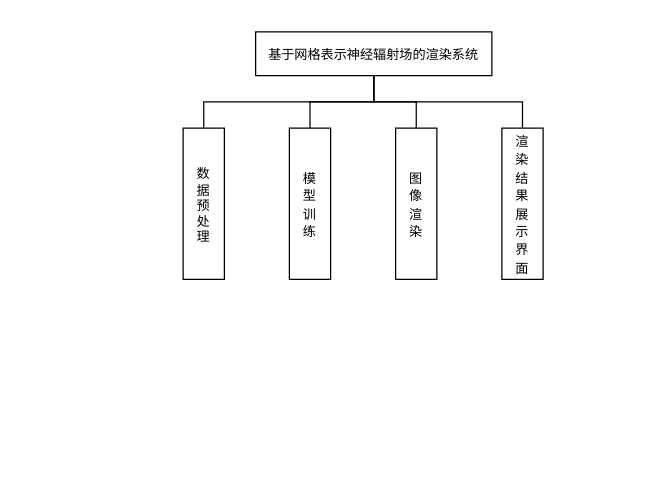
Before: page "第 1 页" (1 of 2) of drawIO/毕设.drawio in Flycan-Fanc/resources, a draw.io diagram. Source tidied: cells renumbered, new cells numbered last; positions are measured from the earlier drawing's top-left corner, leaving out a move shared by most shapes. Both pictures are drawn from the tidied source at 125%, with x=0, y=0 at pixel (182, 31).
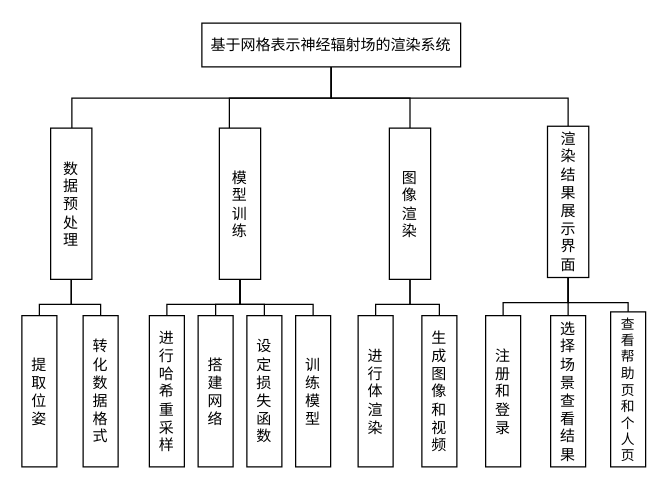
The same diagram, later.

What changed in the source:
```diff
@@
-    <mxCell id="2" style="edgeStyle=orthogonalEdgeStyle;rounded=0;jettySize=auto;html=1;exitX=0.5;exitY=1;exitDx=0;exitDy=0;endArrow=none;endFill=0;" parent="1" edge="1" source="6" target="7">
-      <mxGeometry relative="1" as="geometry" />
-    </mxCell>
-    <mxCell id="3" style="edgeStyle=orthogonalEdgeStyle;rounded=0;jettySize=auto;html=1;exitX=0.5;exitY=1;exitDx=0;exitDy=0;entryX=0.5;entryY=0;entryDx=0;entryDy=0;endArrow=none;endFill=0;" parent="1" edge="1" source="6" target="9">
-      <mxGeometry relative="1" as="geometry" />
-    </mxCell>
     <mxCell id="4" style="edgeStyle=orthogonalEdgeStyle;rounded=0;jettySize=auto;html=1;exitX=0.5;exitY=1;exitDx=0;exitDy=0;endArrow=none;endFill=0;" parent="1" edge="1" source="6" target="8">
-      <mxGeometry relative="1" as="geometry" />
+      <mxGeometry relative="1" as="geometry">
+        <Array as="points">
+          <mxPoint x="119" y="53" />
+          <mxPoint x="37" y="53" />
+        </Array>
+      </mxGeometry>
     </mxCell>
-    <mxCell id="5" style="edgeStyle=orthogonalEdgeStyle;rounded=0;jettySize=auto;html=1;exitX=0.5;exitY=1;exitDx=0;exitDy=0;endArrow=none;endFill=0;" parent="1" edge="1" source="6" target="10">
-      <mxGeometry relative="1" as="geometry" />
+    <mxCell id="5" style="edgeStyle=orthogonalEdgeStyle;rounded=0;jettySize=auto;html=1;exitX=0.5;exitY=1;exitDx=0;exitDy=0;entryX=0.5;entryY=0;entryDx=0;entryDy=0;endArrow=none;endFill=0;" parent="1" edge="1" source="6" target="10">
+      <mxGeometry relative="1" as="geometry">
+        <Array as="points">
+          <mxPoint x="119" y="53" />
+          <mxPoint x="182" y="53" />
+          <mxPoint x="182" y="77" />
+        </Array>
+      </mxGeometry>
     </mxCell>
+    <mxCell id="3" style="edgeStyle=orthogonalEdgeStyle;rounded=0;jettySize=auto;html=1;exitX=0.5;exitY=1;exitDx=0;exitDy=0;endArrow=none;endFill=0;" parent="1" edge="1" source="6" target="9">
+      <mxGeometry relative="1" as="geometry">
+        <Array as="points">
+          <mxPoint x="118" y="53" />
+          <mxPoint x="308" y="53" />
+        </Array>
+      </mxGeometry>
+    </mxCell>
+    <mxCell id="2" style="edgeStyle=orthogonalEdgeStyle;rounded=0;jettySize=auto;html=1;exitX=0.5;exitY=1;exitDx=0;exitDy=0;endArrow=none;endFill=0;" parent="1" edge="1" source="6" target="7">
+      <mxGeometry relative="1" as="geometry">
+        <Array as="points">
+          <mxPoint x="119" y="53" />
+          <mxPoint x="-89" y="53" />
+        </Array>
+      </mxGeometry>
+    </mxCell>
-    <mxCell id="6" value="&lt;p&gt;&lt;font style=&quot;font-size: 10.5px;&quot; face=&quot;宋体&quot;&gt;基于网格表示神经辐射场的渲染系统&lt;/font&gt;&lt;/p&gt;" style="rounded=0;whiteSpace=wrap;html=1;" parent="1" vertex="1">
-      <mxGeometry x="58" width="189" height="35" as="geometry" />
+    <mxCell id="6" value="&lt;p&gt;&lt;font style=&quot;font-size: 12px;&quot; face=&quot;宋体&quot;&gt;基于网格表示神经辐射场的渲染系统&lt;/font&gt;&lt;/p&gt;" style="rounded=0;whiteSpace=wrap;html=1;" parent="1" vertex="1">
+      <mxGeometry x="15" y="-7" width="207" height="35" as="geometry" />
     </mxCell>
+    <mxCell id="11" style="edgeStyle=orthogonalEdgeStyle;rounded=0;jettySize=auto;html=1;exitX=0.5;exitY=1;exitDx=0;exitDy=0;endArrow=none;endFill=0;" parent="1" edge="1" source="7" target="22">
+      <mxGeometry relative="1" as="geometry" />
+    </mxCell>
+    <mxCell id="12" style="edgeStyle=orthogonalEdgeStyle;rounded=0;jettySize=auto;html=1;exitX=0.5;exitY=1;exitDx=0;exitDy=0;endArrow=none;endFill=0;" parent="1" edge="1" source="7" target="23">
+      <mxGeometry relative="1" as="geometry" />
+    </mxCell>
-    <mxCell id="7" value="&lt;font style=&quot;font-size: 10.5px;&quot; face=&quot;宋体&quot;&gt;数&lt;/font&gt;&lt;div style=&quot;font-size: 10.5px;&quot;&gt;&lt;font style=&quot;font-size: 10.5px;&quot; face=&quot;宋体&quot;&gt;据&lt;/font&gt;&lt;/div&gt;&lt;div style=&quot;font-size: 10.5px;&quot;&gt;&lt;font style=&quot;font-size: 10.5px;&quot; face=&quot;宋体&quot;&gt;预&lt;/font&gt;&lt;/div&gt;&lt;div style=&quot;font-size: 10.5px;&quot;&gt;&lt;font style=&quot;font-size: 10.5px;&quot; face=&quot;宋体&quot;&gt;处&lt;/font&gt;&lt;/div&gt;&lt;div style=&quot;font-size: 10.5px;&quot;&gt;&lt;font style=&quot;font-size: 10.5px;&quot; face=&quot;宋体&quot;&gt;理&lt;/font&gt;&lt;/div&gt;" style="rounded=0;whiteSpace=wrap;html=1;" parent="1" vertex="1">
-      <mxGeometry y="77" width="33" height="121" as="geometry" />
+    <mxCell id="7" value="&lt;font face=&quot;宋体&quot; style=&quot;font-size: 12px;&quot;&gt;数&lt;/font&gt;&lt;div style=&quot;&quot;&gt;&lt;font face=&quot;宋体&quot; style=&quot;font-size: 12px;&quot;&gt;据&lt;/font&gt;&lt;/div&gt;&lt;div style=&quot;&quot;&gt;&lt;font face=&quot;宋体&quot; style=&quot;font-size: 12px;&quot;&gt;预&lt;/font&gt;&lt;/div&gt;&lt;div style=&quot;&quot;&gt;&lt;font face=&quot;宋体&quot; style=&quot;font-size: 12px;&quot;&gt;处&lt;/font&gt;&lt;/div&gt;&lt;div style=&quot;&quot;&gt;&lt;font face=&quot;宋体&quot; style=&quot;font-size: 12px;&quot;&gt;理&lt;/font&gt;&lt;/div&gt;" style="rounded=0;whiteSpace=wrap;html=1;" parent="1" vertex="1">
+      <mxGeometry x="-106" y="77" width="33" height="121" as="geometry" />
     </mxCell>
+    <mxCell id="13" style="edgeStyle=orthogonalEdgeStyle;rounded=0;jettySize=auto;html=1;exitX=0.5;exitY=1;exitDx=0;exitDy=0;endArrow=none;endFill=0;" parent="1" edge="1" source="8" target="25">
+      <mxGeometry relative="1" as="geometry" />
+    </mxCell>
+    <mxCell id="14" style="edgeStyle=orthogonalEdgeStyle;rounded=0;jettySize=auto;html=1;exitX=0.5;exitY=1;exitDx=0;exitDy=0;endArrow=none;endFill=0;" parent="1" edge="1" source="8" target="26">
+      <mxGeometry relative="1" as="geometry" />
+    </mxCell>
+    <mxCell id="15" style="edgeStyle=orthogonalEdgeStyle;rounded=0;jettySize=auto;html=1;exitX=0.5;exitY=1;exitDx=0;exitDy=0;endArrow=none;endFill=0;" parent="1" edge="1" source="8" target="24">
+      <mxGeometry relative="1" as="geometry">
+        <Array as="points">
+          <mxPoint x="46" y="218" />
+          <mxPoint x="-13" y="218" />
+        </Array>
+      </mxGeometry>
+    </mxCell>
+    <mxCell id="16" style="edgeStyle=orthogonalEdgeStyle;rounded=0;jettySize=auto;html=1;exitX=0.5;exitY=1;exitDx=0;exitDy=0;endArrow=none;endFill=0;" parent="1" edge="1" source="8" target="27">
+      <mxGeometry relative="1" as="geometry">
+        <Array as="points">
+          <mxPoint x="46" y="218" />
+          <mxPoint x="104" y="218" />
+        </Array>
+      </mxGeometry>
+    </mxCell>
-    <mxCell id="8" value="&lt;font face=&quot;宋体&quot;&gt;&lt;span style=&quot;font-size: 10.5px;&quot;&gt;模&lt;/span&gt;&lt;/font&gt;&lt;div&gt;&lt;font face=&quot;宋体&quot;&gt;&lt;span style=&quot;font-size: 10.5px;&quot;&gt;型&lt;/span&gt;&lt;/font&gt;&lt;/div&gt;&lt;div&gt;&lt;font face=&quot;宋体&quot;&gt;&lt;span style=&quot;font-size: 10.5px;&quot;&gt;训&lt;/span&gt;&lt;/font&gt;&lt;/div&gt;&lt;div&gt;&lt;font face=&quot;宋体&quot;&gt;&lt;span style=&quot;font-size: 10.5px;&quot;&gt;练&lt;/span&gt;&lt;/font&gt;&lt;/div&gt;" style="rounded=0;whiteSpace=wrap;html=1;" parent="1" vertex="1">
-      <mxGeometry x="85" y="77" width="33" height="121" as="geometry" />
+    <mxCell id="8" value="&lt;font style=&quot;font-size: 12px;&quot; face=&quot;宋体&quot;&gt;模&lt;/font&gt;&lt;div style=&quot;&quot;&gt;&lt;font style=&quot;font-size: 12px;&quot; face=&quot;宋体&quot;&gt;型&lt;/font&gt;&lt;/div&gt;&lt;div style=&quot;&quot;&gt;&lt;font style=&quot;font-size: 12px;&quot; face=&quot;宋体&quot;&gt;训&lt;/font&gt;&lt;/div&gt;&lt;div style=&quot;&quot;&gt;&lt;font style=&quot;font-size: 12px;&quot; face=&quot;宋体&quot;&gt;练&lt;/font&gt;&lt;/div&gt;" style="rounded=0;whiteSpace=wrap;html=1;" parent="1" vertex="1">
+      <mxGeometry x="29" y="77" width="33" height="121" as="geometry" />
     </mxCell>
+    <mxCell id="17" style="edgeStyle=orthogonalEdgeStyle;rounded=0;jettySize=auto;html=1;exitX=0.5;exitY=1;exitDx=0;exitDy=0;endArrow=none;endFill=0;" parent="1" edge="1" source="9" target="31">
+      <mxGeometry relative="1" as="geometry" />
+    </mxCell>
+    <mxCell id="18" style="edgeStyle=orthogonalEdgeStyle;rounded=0;jettySize=auto;html=1;exitX=0.5;exitY=1;exitDx=0;exitDy=0;endArrow=none;endFill=0;" parent="1" edge="1" source="9" target="32">
+      <mxGeometry relative="1" as="geometry">
+        <Array as="points">
+          <mxPoint x="308" y="216.5" />
+          <mxPoint x="356" y="216.5" />
+        </Array>
+      </mxGeometry>
+    </mxCell>
+    <mxCell id="19" style="edgeStyle=orthogonalEdgeStyle;rounded=0;jettySize=auto;html=1;exitX=0.5;exitY=1;exitDx=0;exitDy=0;entryX=0.5;entryY=0;entryDx=0;entryDy=0;endArrow=none;endFill=0;" parent="1" edge="1" source="9" target="30">
+      <mxGeometry relative="1" as="geometry">
+        <Array as="points">
+          <mxPoint x="308" y="216.5" />
+          <mxPoint x="256" y="216.5" />
+        </Array>
+      </mxGeometry>
+    </mxCell>
-    <mxCell id="9" value="&lt;font face=&quot;宋体&quot;&gt;&lt;span style=&quot;font-size: 10.5px;&quot;&gt;渲&lt;/span&gt;&lt;/font&gt;&lt;div&gt;&lt;font face=&quot;宋体&quot;&gt;&lt;span style=&quot;font-size: 10.5px;&quot;&gt;染&lt;/span&gt;&lt;/font&gt;&lt;/div&gt;&lt;div&gt;&lt;font face=&quot;宋体&quot;&gt;&lt;span style=&quot;font-size: 10.5px;&quot;&gt;结&lt;/span&gt;&lt;/font&gt;&lt;/div&gt;&lt;div&gt;&lt;font face=&quot;宋体&quot;&gt;&lt;span style=&quot;font-size: 10.5px;&quot;&gt;果&lt;/span&gt;&lt;/font&gt;&lt;/div&gt;&lt;div&gt;&lt;font face=&quot;宋体&quot;&gt;&lt;span style=&quot;font-size: 10.5px;&quot;&gt;展&lt;/span&gt;&lt;/font&gt;&lt;/div&gt;&lt;div&gt;&lt;font face=&quot;宋体&quot;&gt;&lt;span style=&quot;font-size: 10.5px;&quot;&gt;示&lt;/span&gt;&lt;/font&gt;&lt;/div&gt;&lt;div&gt;&lt;font face=&quot;宋体&quot;&gt;&lt;span style=&quot;font-size: 10.5px;&quot;&gt;界&lt;/span&gt;&lt;/font&gt;&lt;/div&gt;&lt;div&gt;&lt;font face=&quot;宋体&quot;&gt;&lt;span style=&quot;font-size: 10.5px;&quot;&gt;面&lt;/span&gt;&lt;/font&gt;&lt;/div&gt;" style="rounded=0;whiteSpace=wrap;html=1;" parent="1" vertex="1">
-      <mxGeometry x="255" y="77" width="33" height="121" as="geometry" />
+    <mxCell id="9" value="&lt;font style=&quot;font-size: 12px;&quot; face=&quot;宋体&quot;&gt;渲&lt;/font&gt;&lt;div style=&quot;&quot;&gt;&lt;font style=&quot;font-size: 12px;&quot; face=&quot;宋体&quot;&gt;染&lt;/font&gt;&lt;/div&gt;&lt;div style=&quot;&quot;&gt;&lt;font style=&quot;font-size: 12px;&quot; face=&quot;宋体&quot;&gt;结&lt;/font&gt;&lt;/div&gt;&lt;div style=&quot;&quot;&gt;&lt;font style=&quot;font-size: 12px;&quot; face=&quot;宋体&quot;&gt;果&lt;/font&gt;&lt;/div&gt;&lt;div style=&quot;&quot;&gt;&lt;font style=&quot;font-size: 12px;&quot; face=&quot;宋体&quot;&gt;展&lt;/font&gt;&lt;/div&gt;&lt;div style=&quot;&quot;&gt;&lt;font style=&quot;font-size: 12px;&quot; face=&quot;宋体&quot;&gt;示&lt;/font&gt;&lt;/div&gt;&lt;div style=&quot;&quot;&gt;&lt;font style=&quot;font-size: 12px;&quot; face=&quot;宋体&quot;&gt;界&lt;/font&gt;&lt;/div&gt;&lt;div style=&quot;&quot;&gt;&lt;font style=&quot;font-size: 12px;&quot; face=&quot;宋体&quot;&gt;面&lt;/font&gt;&lt;/div&gt;" style="rounded=0;whiteSpace=wrap;html=1;" parent="1" vertex="1">
+      <mxGeometry x="291.5" y="75.5" width="33" height="121" as="geometry" />
     </mxCell>
+    <mxCell id="20" style="edgeStyle=orthogonalEdgeStyle;rounded=0;jettySize=auto;html=1;exitX=0.5;exitY=1;exitDx=0;exitDy=0;endArrow=none;endFill=0;" parent="1" edge="1" source="10" target="28">
+      <mxGeometry relative="1" as="geometry" />
+    </mxCell>
+    <mxCell id="21" style="edgeStyle=orthogonalEdgeStyle;rounded=0;jettySize=auto;html=1;exitX=0.5;exitY=1;exitDx=0;exitDy=0;endArrow=none;endFill=0;" parent="1" edge="1" source="10" target="29">
+      <mxGeometry relative="1" as="geometry" />
+    </mxCell>
-    <mxCell id="10" value="&lt;font face=&quot;宋体&quot;&gt;&lt;span style=&quot;font-size: 10.5px;&quot;&gt;图&lt;/span&gt;&lt;/font&gt;&lt;div&gt;&lt;font face=&quot;宋体&quot;&gt;&lt;span style=&quot;font-size: 10.5px;&quot;&gt;像&lt;/span&gt;&lt;/font&gt;&lt;/div&gt;&lt;div&gt;&lt;font face=&quot;宋体&quot;&gt;&lt;span style=&quot;font-size: 10.5px;&quot;&gt;渲&lt;/span&gt;&lt;/font&gt;&lt;/div&gt;&lt;div&gt;&lt;font face=&quot;宋体&quot;&gt;&lt;span style=&quot;font-size: 10.5px;&quot;&gt;染&lt;/span&gt;&lt;/font&gt;&lt;/div&gt;" style="rounded=0;whiteSpace=wrap;html=1;" parent="1" vertex="1">
-      <mxGeometry x="170" y="77" width="33" height="121" as="geometry" />
+    <mxCell id="10" value="&lt;font style=&quot;font-size: 12px;&quot; face=&quot;宋体&quot;&gt;图&lt;/font&gt;&lt;div style=&quot;&quot;&gt;&lt;font style=&quot;font-size: 12px;&quot; face=&quot;宋体&quot;&gt;像&lt;/font&gt;&lt;/div&gt;&lt;div style=&quot;&quot;&gt;&lt;font style=&quot;font-size: 12px;&quot; face=&quot;宋体&quot;&gt;渲&lt;/font&gt;&lt;/div&gt;&lt;div style=&quot;&quot;&gt;&lt;font style=&quot;font-size: 12px;&quot; face=&quot;宋体&quot;&gt;染&lt;/font&gt;&lt;/div&gt;" style="rounded=0;whiteSpace=wrap;html=1;" parent="1" vertex="1">
+      <mxGeometry x="165" y="77" width="33" height="121" as="geometry" />
     </mxCell>
+    <mxCell id="22" value="&lt;font style=&quot;font-size: 12px;&quot; face=&quot;宋体&quot;&gt;提&lt;/font&gt;&lt;div style=&quot;&quot;&gt;&lt;font style=&quot;font-size: 12px;&quot; face=&quot;宋体&quot;&gt;取&lt;/font&gt;&lt;/div&gt;&lt;div style=&quot;&quot;&gt;&lt;font style=&quot;font-size: 12px;&quot; face=&quot;宋体&quot;&gt;位&lt;/font&gt;&lt;/div&gt;&lt;div style=&quot;&quot;&gt;&lt;font style=&quot;font-size: 12px;&quot; face=&quot;宋体&quot;&gt;姿&lt;/font&gt;&lt;/div&gt;" style="rounded=0;whiteSpace=wrap;html=1;" parent="1" vertex="1">
+      <mxGeometry x="-129" y="227" width="28" height="121" as="geometry" />
+    </mxCell>
+    <mxCell id="23" value="&lt;font face=&quot;宋体&quot; style=&quot;font-size: 12px;&quot;&gt;转&lt;/font&gt;&lt;div style=&quot;&quot;&gt;&lt;font face=&quot;宋体&quot; style=&quot;font-size: 12px;&quot;&gt;化&lt;/font&gt;&lt;/div&gt;&lt;div style=&quot;&quot;&gt;&lt;font face=&quot;宋体&quot; style=&quot;font-size: 12px;&quot;&gt;数&lt;/font&gt;&lt;/div&gt;&lt;div style=&quot;&quot;&gt;&lt;font face=&quot;宋体&quot; style=&quot;font-size: 12px;&quot;&gt;据&lt;/font&gt;&lt;/div&gt;&lt;div style=&quot;&quot;&gt;&lt;font face=&quot;宋体&quot; style=&quot;font-size: 12px;&quot;&gt;格&lt;/font&gt;&lt;/div&gt;&lt;div style=&quot;&quot;&gt;&lt;font face=&quot;宋体&quot; style=&quot;font-size: 12px;&quot;&gt;式&lt;/font&gt;&lt;/div&gt;" style="rounded=0;whiteSpace=wrap;html=1;" parent="1" vertex="1">
+      <mxGeometry x="-80" y="227" width="28" height="121" as="geometry" />
+    </mxCell>
+    <mxCell id="24" value="&lt;font style=&quot;font-size: 12px;&quot; face=&quot;宋体&quot;&gt;进&lt;/font&gt;&lt;div style=&quot;&quot;&gt;&lt;font style=&quot;font-size: 12px;&quot; face=&quot;宋体&quot;&gt;行&lt;/font&gt;&lt;/div&gt;&lt;div style=&quot;&quot;&gt;&lt;font style=&quot;font-size: 12px;&quot; face=&quot;宋体&quot;&gt;哈&lt;/font&gt;&lt;/div&gt;&lt;div style=&quot;&quot;&gt;&lt;font style=&quot;font-size: 12px;&quot; face=&quot;宋体&quot;&gt;希&lt;/font&gt;&lt;/div&gt;&lt;div style=&quot;&quot;&gt;&lt;font style=&quot;font-size: 12px;&quot; face=&quot;宋体&quot;&gt;重&lt;/font&gt;&lt;/div&gt;&lt;div style=&quot;&quot;&gt;&lt;font style=&quot;font-size: 12px;&quot; face=&quot;宋体&quot;&gt;采&lt;/font&gt;&lt;/div&gt;&lt;div style=&quot;&quot;&gt;&lt;font style=&quot;font-size: 12px;&quot; face=&quot;宋体&quot;&gt;样&lt;/font&gt;&lt;/div&gt;" style="rounded=0;whiteSpace=wrap;html=1;" parent="1" vertex="1">
+      <mxGeometry x="-27" y="227" width="28" height="121" as="geometry" />
+    </mxCell>
+    <mxCell id="25" value="&lt;font style=&quot;font-size: 12px;&quot; face=&quot;宋体&quot;&gt;搭&lt;/font&gt;&lt;div style=&quot;&quot;&gt;&lt;font style=&quot;font-size: 12px;&quot; face=&quot;宋体&quot;&gt;建&lt;/font&gt;&lt;/div&gt;&lt;div style=&quot;&quot;&gt;&lt;font style=&quot;font-size: 12px;&quot; face=&quot;宋体&quot;&gt;网&lt;/font&gt;&lt;/div&gt;&lt;div style=&quot;&quot;&gt;&lt;font style=&quot;font-size: 12px;&quot; face=&quot;宋体&quot;&gt;络&lt;/font&gt;&lt;/div&gt;" style="rounded=0;whiteSpace=wrap;html=1;" parent="1" vertex="1">
+      <mxGeometry x="12" y="227" width="28" height="121" as="geometry" />
+    </mxCell>
+    <mxCell id="26" value="&lt;font style=&quot;font-size: 12px;&quot; face=&quot;宋体&quot;&gt;设&lt;/font&gt;&lt;div style=&quot;&quot;&gt;&lt;font style=&quot;font-size: 12px;&quot; face=&quot;宋体&quot;&gt;定&lt;/font&gt;&lt;/div&gt;&lt;div style=&quot;&quot;&gt;&lt;font style=&quot;font-size: 12px;&quot; face=&quot;宋体&quot;&gt;损&lt;/font&gt;&lt;/div&gt;&lt;div style=&quot;&quot;&gt;&lt;font style=&quot;font-size: 12px;&quot; face=&quot;宋体&quot;&gt;失&lt;/font&gt;&lt;/div&gt;&lt;div style=&quot;&quot;&gt;&lt;font style=&quot;font-size: 12px;&quot; face=&quot;宋体&quot;&gt;函&lt;/font&gt;&lt;/div&gt;&lt;div style=&quot;&quot;&gt;&lt;font style=&quot;font-size: 12px;&quot; face=&quot;宋体&quot;&gt;数&lt;/font&gt;&lt;/div&gt;" style="rounded=0;whiteSpace=wrap;html=1;" parent="1" vertex="1">
+      <mxGeometry x="51" y="227" width="28" height="121" as="geometry" />
+    </mxCell>
+    <mxCell id="27" value="&lt;font style=&quot;font-size: 12px;&quot; face=&quot;宋体&quot;&gt;训&lt;/font&gt;&lt;div style=&quot;&quot;&gt;&lt;font style=&quot;font-size: 12px;&quot; face=&quot;宋体&quot;&gt;练&lt;/font&gt;&lt;/div&gt;&lt;div style=&quot;&quot;&gt;&lt;font style=&quot;font-size: 12px;&quot; face=&quot;宋体&quot;&gt;模&lt;/font&gt;&lt;/div&gt;&lt;div style=&quot;&quot;&gt;&lt;font style=&quot;font-size: 12px;&quot; face=&quot;宋体&quot;&gt;型&lt;/font&gt;&lt;/div&gt;" style="rounded=0;whiteSpace=wrap;html=1;" parent="1" vertex="1">
+      <mxGeometry x="90" y="227" width="28" height="121" as="geometry" />
+    </mxCell>
+    <mxCell id="28" value="&lt;font style=&quot;font-size: 12px;&quot; face=&quot;宋体&quot;&gt;进&lt;/font&gt;&lt;div style=&quot;&quot;&gt;&lt;font style=&quot;font-size: 12px;&quot; face=&quot;宋体&quot;&gt;行&lt;/font&gt;&lt;/div&gt;&lt;div style=&quot;&quot;&gt;&lt;font style=&quot;font-size: 12px;&quot; face=&quot;宋体&quot;&gt;体&lt;/font&gt;&lt;/div&gt;&lt;div style=&quot;&quot;&gt;&lt;font style=&quot;font-size: 12px;&quot; face=&quot;宋体&quot;&gt;渲&lt;/font&gt;&lt;/div&gt;&lt;div style=&quot;&quot;&gt;&lt;font style=&quot;font-size: 12px;&quot; face=&quot;宋体&quot;&gt;染&lt;/font&gt;&lt;/div&gt;" style="rounded=0;whiteSpace=wrap;html=1;" parent="1" vertex="1">
+      <mxGeometry x="140" y="227" width="28" height="121" as="geometry" />
+    </mxCell>
+    <mxCell id="29" value="&lt;font style=&quot;font-size: 12px;&quot; face=&quot;宋体&quot;&gt;生&lt;/font&gt;&lt;div style=&quot;&quot;&gt;&lt;font style=&quot;font-size: 12px;&quot; face=&quot;宋体&quot;&gt;成&lt;/font&gt;&lt;/div&gt;&lt;div style=&quot;&quot;&gt;&lt;font style=&quot;font-size: 12px;&quot; face=&quot;宋体&quot;&gt;图&lt;/font&gt;&lt;/div&gt;&lt;div style=&quot;&quot;&gt;&lt;font style=&quot;font-size: 12px;&quot; face=&quot;宋体&quot;&gt;像&lt;/font&gt;&lt;/div&gt;&lt;div style=&quot;&quot;&gt;&lt;font style=&quot;font-size: 12px;&quot; face=&quot;宋体&quot;&gt;和&lt;/font&gt;&lt;/div&gt;&lt;div style=&quot;&quot;&gt;&lt;font style=&quot;font-size: 12px;&quot; face=&quot;宋体&quot;&gt;视&lt;/font&gt;&lt;/div&gt;&lt;div style=&quot;&quot;&gt;&lt;font style=&quot;font-size: 12px;&quot; face=&quot;宋体&quot;&gt;频&lt;/font&gt;&lt;/div&gt;" style="rounded=0;whiteSpace=wrap;html=1;" parent="1" vertex="1">
+      <mxGeometry x="191" y="227" width="28" height="121" as="geometry" />
+    </mxCell>
+    <mxCell id="30" value="&lt;font style=&quot;font-size: 12px;&quot; face=&quot;宋体&quot;&gt;注&lt;/font&gt;&lt;div style=&quot;&quot;&gt;&lt;font style=&quot;font-size: 12px;&quot; face=&quot;宋体&quot;&gt;册&lt;/font&gt;&lt;/div&gt;&lt;div style=&quot;&quot;&gt;&lt;font style=&quot;font-size: 12px;&quot; face=&quot;宋体&quot;&gt;和&lt;/font&gt;&lt;/div&gt;&lt;div style=&quot;&quot;&gt;&lt;font style=&quot;font-size: 12px;&quot; face=&quot;宋体&quot;&gt;登&lt;/font&gt;&lt;/div&gt;&lt;div style=&quot;&quot;&gt;&lt;font style=&quot;font-size: 12px;&quot; face=&quot;宋体&quot;&gt;录&lt;/font&gt;&lt;/div&gt;" style="rounded=0;whiteSpace=wrap;html=1;" parent="1" vertex="1">
+      <mxGeometry x="242" y="227" width="28" height="121" as="geometry" />
+    </mxCell>
+    <mxCell id="31" value="&lt;font style=&quot;font-size: 12px;&quot; face=&quot;宋体&quot;&gt;选&lt;/font&gt;&lt;div style=&quot;&quot;&gt;&lt;font style=&quot;font-size: 12px;&quot; face=&quot;宋体&quot;&gt;择&lt;/font&gt;&lt;/div&gt;&lt;div style=&quot;&quot;&gt;&lt;font style=&quot;font-size: 12px;&quot; face=&quot;宋体&quot;&gt;场&lt;/font&gt;&lt;/div&gt;&lt;div style=&quot;&quot;&gt;&lt;font style=&quot;font-size: 12px;&quot; face=&quot;宋体&quot;&gt;景&lt;/font&gt;&lt;/div&gt;&lt;div style=&quot;&quot;&gt;&lt;font style=&quot;font-size: 12px;&quot; face=&quot;宋体&quot;&gt;查&lt;/font&gt;&lt;/div&gt;&lt;div style=&quot;&quot;&gt;&lt;font style=&quot;font-size: 12px;&quot; face=&quot;宋体&quot;&gt;看&lt;/font&gt;&lt;/div&gt;&lt;div style=&quot;&quot;&gt;&lt;font style=&quot;font-size: 12px;&quot; face=&quot;宋体&quot;&gt;结&lt;/font&gt;&lt;/div&gt;&lt;div style=&quot;&quot;&gt;&lt;font style=&quot;font-size: 12px;&quot; face=&quot;宋体&quot;&gt;果&lt;/font&gt;&lt;/div&gt;" style="rounded=0;whiteSpace=wrap;html=1;" parent="1" vertex="1">
+      <mxGeometry x="294" y="227" width="28" height="121" as="geometry" />
+    </mxCell>
+    <mxCell id="32" value="&lt;font style=&quot;font-size: 11px;&quot; face=&quot;宋体&quot;&gt;查&lt;/font&gt;&lt;div style=&quot;font-size: 11px;&quot;&gt;&lt;font style=&quot;font-size: 11px;&quot; face=&quot;宋体&quot;&gt;看&lt;/font&gt;&lt;/div&gt;&lt;div style=&quot;font-size: 11px;&quot;&gt;&lt;font style=&quot;font-size: 11px;&quot; face=&quot;宋体&quot;&gt;帮&lt;/font&gt;&lt;/div&gt;&lt;div style=&quot;font-size: 11px;&quot;&gt;&lt;font style=&quot;font-size: 11px;&quot; face=&quot;宋体&quot;&gt;助&lt;/font&gt;&lt;/div&gt;&lt;div style=&quot;font-size: 11px;&quot;&gt;&lt;font style=&quot;font-size: 11px;&quot; face=&quot;宋体&quot;&gt;页&lt;/font&gt;&lt;/div&gt;&lt;div style=&quot;font-size: 11px;&quot;&gt;&lt;font style=&quot;font-size: 11px;&quot; face=&quot;宋体&quot;&gt;和&lt;/font&gt;&lt;/div&gt;&lt;div style=&quot;font-size: 11px;&quot;&gt;&lt;font style=&quot;font-size: 11px;&quot; face=&quot;宋体&quot;&gt;个&lt;/font&gt;&lt;/div&gt;&lt;div style=&quot;font-size: 11px;&quot;&gt;&lt;font style=&quot;font-size: 11px;&quot; face=&quot;宋体&quot;&gt;人&lt;/font&gt;&lt;/div&gt;&lt;div style=&quot;font-size: 11px;&quot;&gt;&lt;font style=&quot;font-size: 11px;&quot; face=&quot;宋体&quot;&gt;页&lt;/font&gt;&lt;/div&gt;" style="rounded=0;whiteSpace=wrap;html=1;" parent="1" vertex="1">
+      <mxGeometry x="342" y="224" width="28" height="124" as="geometry" />
+    </mxCell>
```
